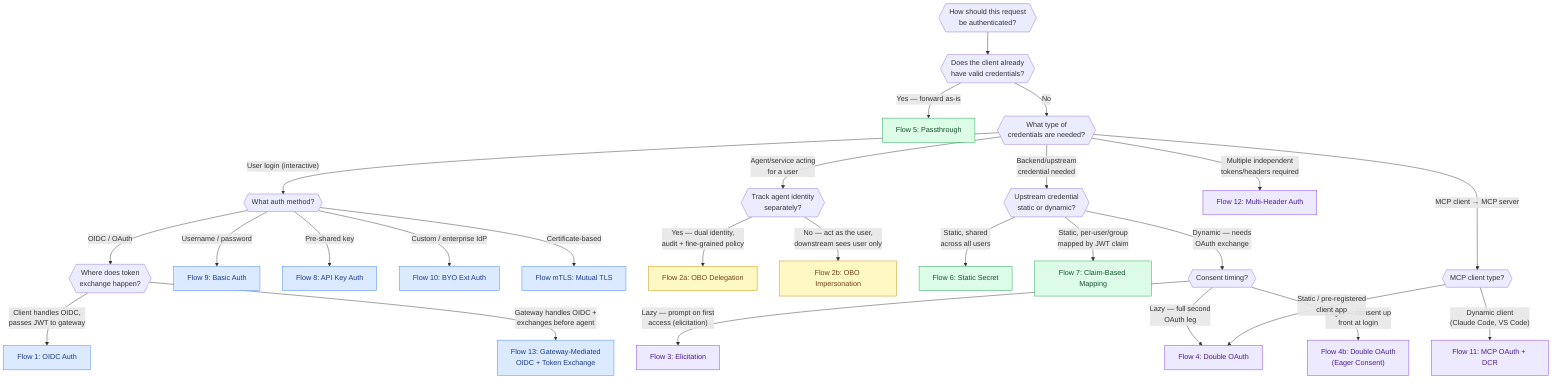
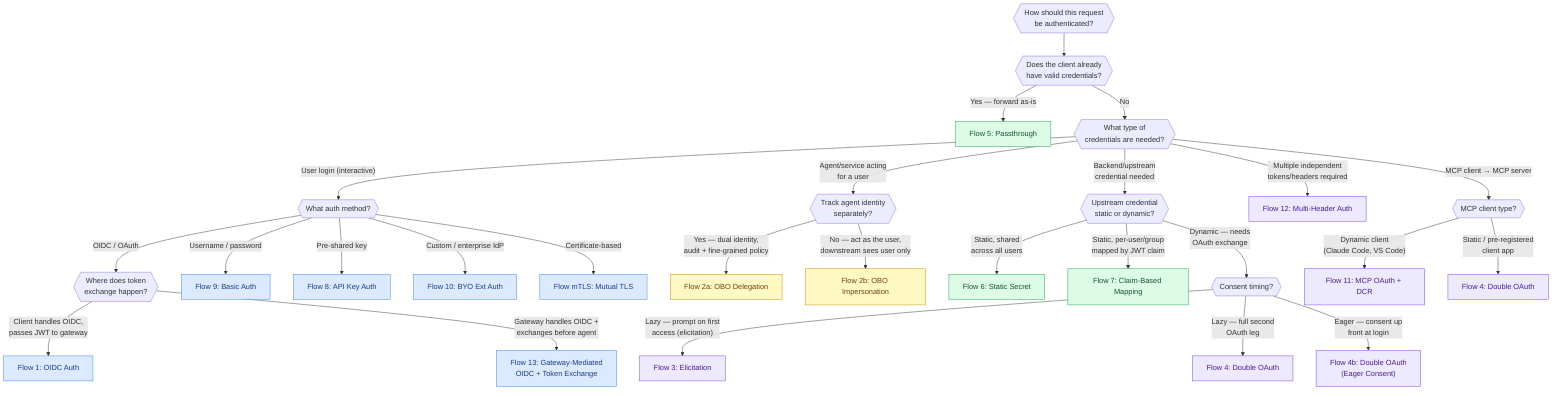
%% Decision Flowchart: How should this request be authenticated?
%% Editable source for images/decision-flowchart.png — render with:
%%   mmdc -i decision-flowchart.mmd -o ../images/decision-flowchart.png -s 3 -b transparent
flowchart TD
  Q0{{"How should this request<br/>be authenticated?"}}
  Q0 --> Q1{{"Does the client already<br/>have valid credentials?"}}
  Q1 -->|"Yes — forward as-is"| F5["Flow 5: Passthrough"]
  Q1 -->|"No"| Q2{{"What type of<br/>credentials are needed?"}}

  %% --- interactive user login ---
  Q2 -->|"User login (interactive)"| Q3{{"What auth method?"}}
  Q3 -->|"OIDC / OAuth"| Q3a{{"Where does token<br/>exchange happen?"}}
  Q3a -->|"Client handles OIDC,<br/>passes JWT to gateway"| F1["Flow 1: OIDC Auth"]
  Q3a -->|"Gateway handles OIDC +<br/>exchanges before agent"| F13["Flow 13: Gateway-Mediated<br/>OIDC + Token Exchange"]
  Q3 -->|"Username / password"| F9["Flow 9: Basic Auth"]
  Q3 -->|"Pre-shared key"| F8["Flow 8: API Key Auth"]
  Q3 -->|"Custom / enterprise IdP"| F10["Flow 10: BYO Ext Auth"]
  Q3 -->|"Certificate-based"| FM["Flow mTLS: Mutual TLS"]

  %% --- agent/service acting for a user (OBO) ---
  Q2 -->|"Agent/service acting<br/>for a user"| Q4{{"Track agent identity<br/>separately?"}}
  Q4 -->|"Yes — dual identity,<br/>audit + fine-grained policy"| F2A["Flow 2a: OBO Delegation"]
  Q4 -->|"No — act as the user,<br/>downstream sees user only"| F2B["Flow 2b: OBO Impersonation"]

  %% --- backend/upstream credential ---
  Q2 -->|"Backend/upstream<br/>credential needed"| Q5{{"Upstream credential<br/>static or dynamic?"}}
  Q5 -->|"Static, shared<br/>across all users"| F6["Flow 6: Static Secret"]
  Q5 -->|"Static, per-user/group<br/>mapped by JWT claim"| F7["Flow 7: Claim-Based Mapping"]
  Q5 -->|"Dynamic — needs<br/>OAuth exchange"| Q6{{"Consent timing?"}}
  Q6 -->|"Lazy — prompt on first<br/>access (elicitation)"| F3["Flow 3: Elicitation"]
  Q6 -->|"Lazy — full second<br/>OAuth leg"| F4["Flow 4: Double OAuth"]
  Q6 -->|"Eager — consent up<br/>front at login"| F4B["Flow 4b: Double OAuth<br/>(Eager Consent)"]

  %% --- multiple independent tokens ---
  Q2 -->|"Multiple independent<br/>tokens/headers required"| F12["Flow 12: Multi-Header Auth"]

  %% --- MCP client → MCP server ---
  Q2 -->|"MCP client → MCP server"| Q7{{"MCP client type?"}}
  Q7 -->|"Dynamic client<br/>(Claude Code, VS Code)"| F11["Flow 11: MCP OAuth + DCR"]
-   Q7 -->|"Static / pre-registered<br/>client app"| F4
+   Q7 -->|"Static / pre-registered<br/>client app"| F4M["Flow 4: Double OAuth"]

  classDef identity fill:#dbeafe,stroke:#3b82f6,color:#1e3a8a;
  classDef obo fill:#fef9c3,stroke:#ca8a04,color:#713f12;
  classDef backend fill:#dcfce7,stroke:#16a34a,color:#14532d;
  classDef mcp fill:#ede9fe,stroke:#7c3aed,color:#4c1d95;
  classDef edge fill:#ffe4e6,stroke:#e11d48,color:#881337;
  class F1,F13,F9,F8,F10,FM identity;
  class F2A,F2B obo;
  class F5,F6,F7 backend;
-   class F3,F4,F4B,F11,F12 mcp;
+   class F3,F4,F4B,F4M,F11,F12 mcp;
